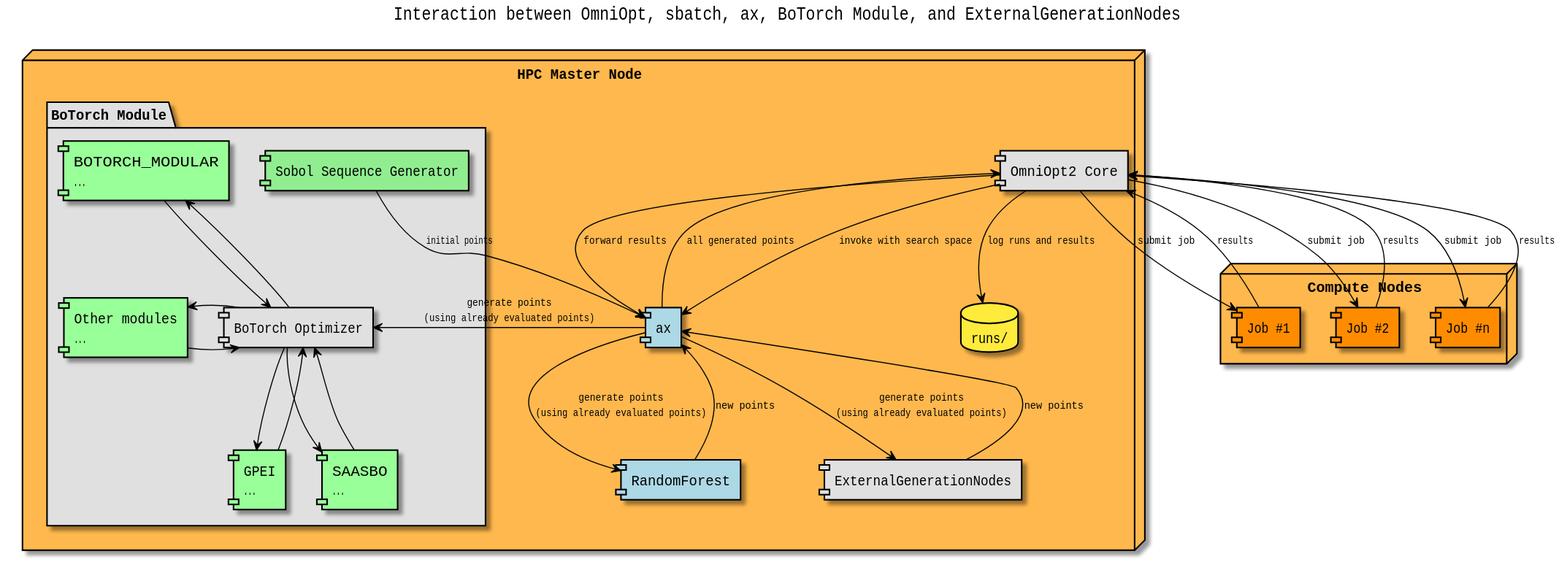
The PlantUML diagram .gui/documentation/output_light_slurm/slurm.svg in NormanTUD/OmniOpt, before a commit.
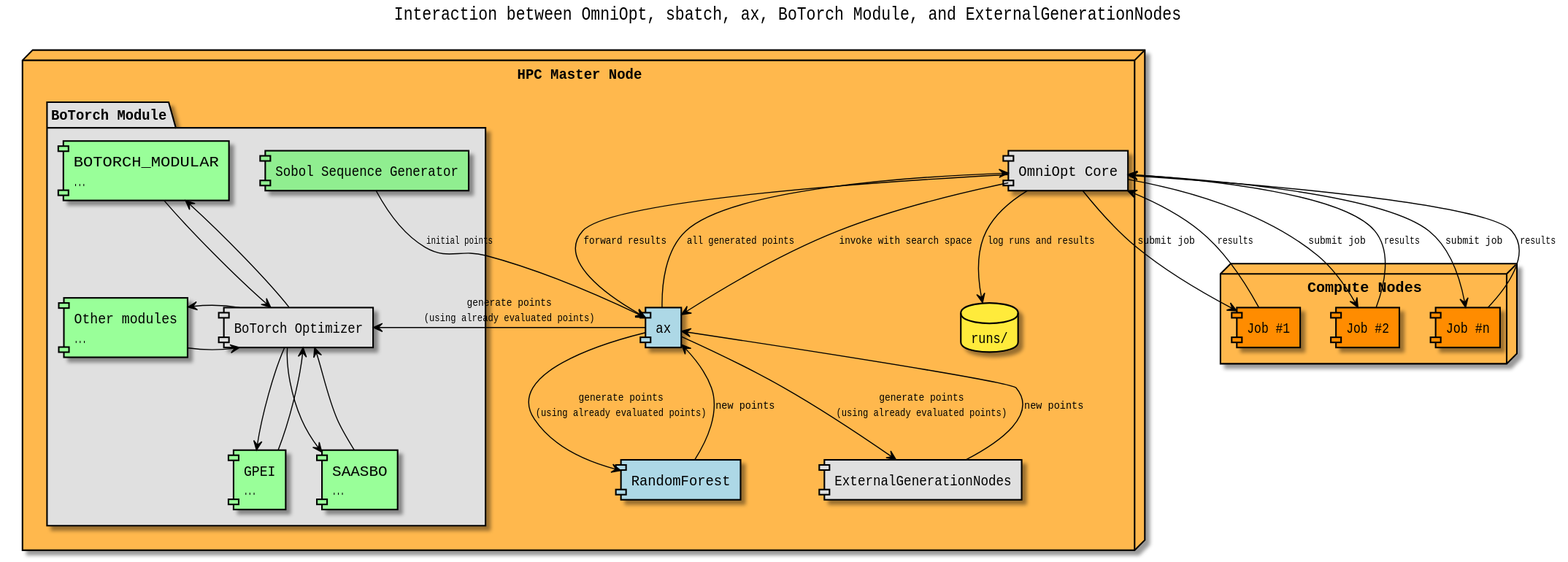
The same diagram one commit later.

What changed in the source:
```diff
@@ -28,7 +28,7 @@
 title Interaction between OmniOpt, sbatch, ax, BoTorch Module, and ExternalGenerationNodes
 
 node "HPC Master Node" as HPCMaster {
-  component "OmniOpt2 Core" as OmniOptCore
+  component "OmniOpt Core" as OmniOptCore
   component "ax" as ax_module #LightBlue
 
   package "BoTorch Module" {
```
